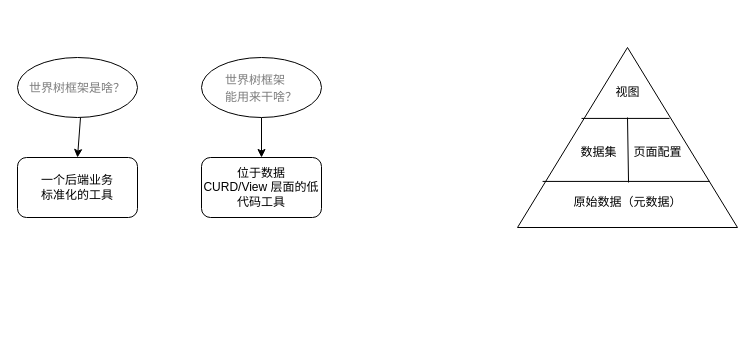
Before: page "Ygg Base" (7 of 8) of 结构分析.drawio in uiosun/diagrams, a draw.io diagram. Source tidied: cells renumbered, new cells numbered last; positions are measured from the earlier drawing's top-left corner, leaving out a move shared by most shapes. Both pictures are drawn from the tidied source at 100%, with x=0, y=0 at pixel (17, 47).
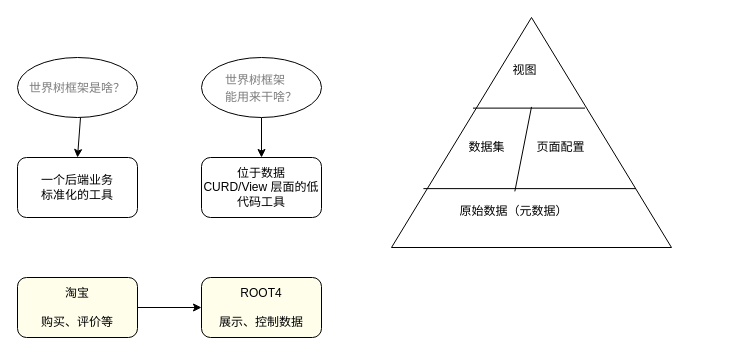
After the change.

Change to the diagram source:
```diff
@@
     <mxCell id="8" style="group;" parent="1" vertex="1">
-      <mxGeometry x="500" width="220" height="180" as="geometry" />
+      <mxGeometry x="374" y="-30" width="280" height="230" as="geometry" />
     </mxCell>
     <mxCell id="9" style="triangle;whiteSpace=wrap;html=1;direction=north;" parent="8" vertex="1">
-      <mxGeometry width="220" height="180" as="geometry" />
+      <mxGeometry width="280" height="230" as="geometry" />
     </mxCell>
     <mxCell id="10" value="&lt;span style=&quot;background-color: rgb(255, 255, 255);&quot;&gt;视图&lt;/span&gt;" style="text;html=1;align=center;verticalAlign=middle;strokeColor=none;fillColor=none;" parent="8" vertex="1">
-      <mxGeometry x="85" y="30" width="50" height="30" as="geometry" />
+      <mxGeometry x="108.2" y="38.3" width="50" height="30" as="geometry" />
     </mxCell>
     <mxCell id="11" value="&lt;span style=&quot;&quot;&gt;数据集&lt;/span&gt;" style="text;html=1;align=center;verticalAlign=middle;strokeColor=none;fillColor=none;" parent="8" vertex="1">
-      <mxGeometry x="51" y="90" width="60" height="30" as="geometry" />
+      <mxGeometry x="64.9" y="115" width="60" height="30" as="geometry" />
     </mxCell>
     <mxCell id="12" value="页面配置" style="text;html=1;align=center;verticalAlign=middle;strokeColor=none;fillColor=none;" parent="8" vertex="1">
-      <mxGeometry x="105" y="90" width="70" height="30" as="geometry" />
+      <mxGeometry x="133.6" y="115" width="70" height="30" as="geometry" />
     </mxCell>
     <mxCell id="13" value="原始数据（元数据）" style="text;html=1;align=center;verticalAlign=middle;points=[];strokeColor=none;fillColor=none;" parent="8" vertex="1">
-      <mxGeometry x="45" y="140" width="130" height="30" as="geometry" />
+      <mxGeometry x="57.3" y="178.9" width="130" height="30" as="geometry" />
     </mxCell>
@@
     <mxCell id="16" style="endArrow=none;html=1;rounded=0;exitX=0.508;exitY=-0.167;exitDx=0;exitDy=0;exitPerimeter=0;" parent="8" edge="1" source="13">
       <mxGeometry relative="1" as="geometry">
-        <mxPoint x="110" y="70" as="targetPoint" />
+        <mxPoint x="140" y="89.4" as="targetPoint" />
       </mxGeometry>
     </mxCell>
+    <mxCell id="17" style="rounded=0;jettySize=auto;html=1;" parent="1" edge="1" source="18" target="19">
+      <mxGeometry relative="1" as="geometry" />
+    </mxCell>
+    <mxCell id="18" value="淘宝&lt;br&gt;&lt;br&gt;购买、评价等" style="rounded=1;whiteSpace=wrap;html=1;fillColor=#FFFEEB;" parent="1" vertex="1">
+      <mxGeometry y="230" width="120" height="60" as="geometry" />
+    </mxCell>
+    <mxCell id="19" value="ROOT4&lt;br&gt;&lt;br&gt;展示、控制数据" style="rounded=1;whiteSpace=wrap;html=1;fillColor=#FFFEEB;" parent="1" vertex="1">
+      <mxGeometry x="184" y="230" width="120" height="60" as="geometry" />
+    </mxCell>
```
